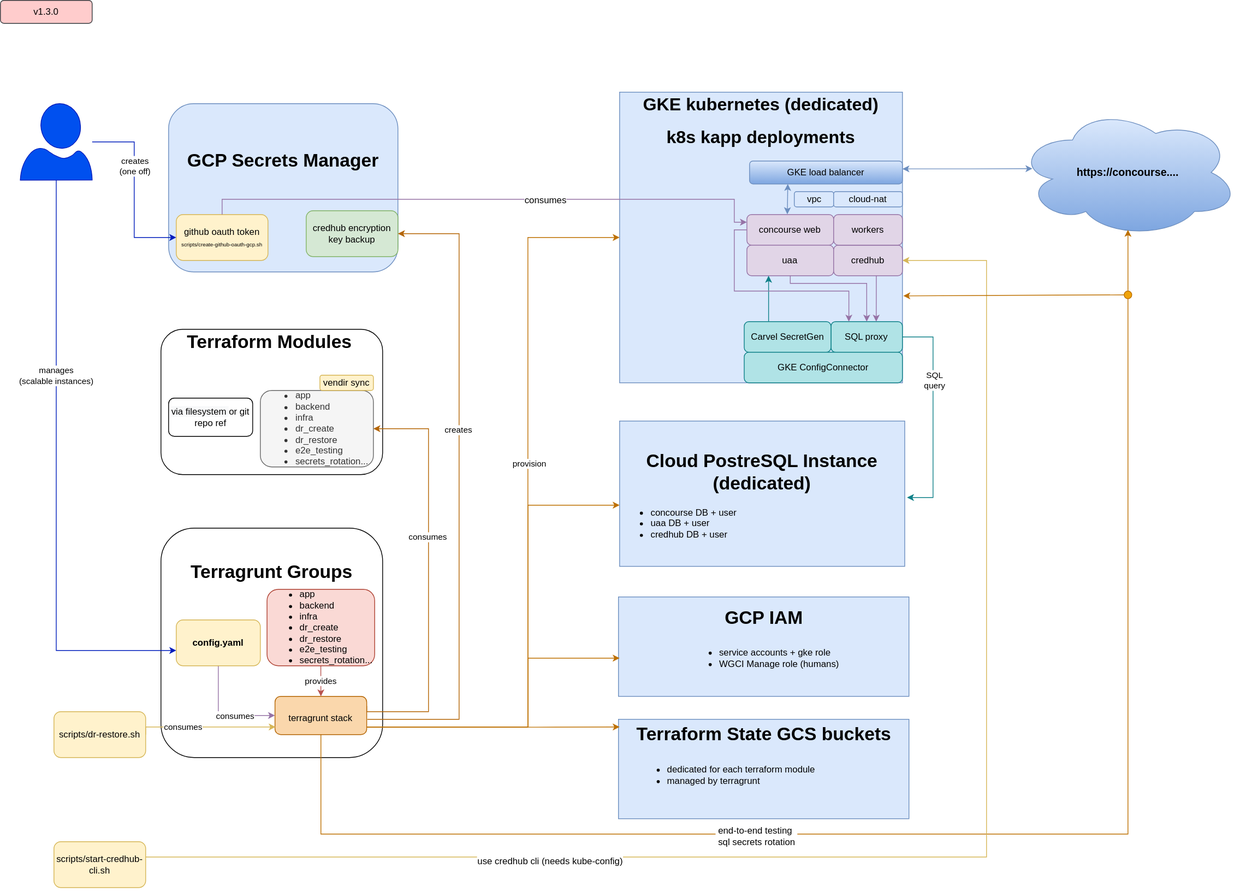
Before: docs/concourse-architecture.drawio.svg, a diagram exported from draw.io (cloudfoundry/app-runtime-interfaces-infrastructure). Source tidied: cells renumbered, new cells last; positions are measured from the earlier drawing's top-left corner, leaving out a move shared by most shapes.
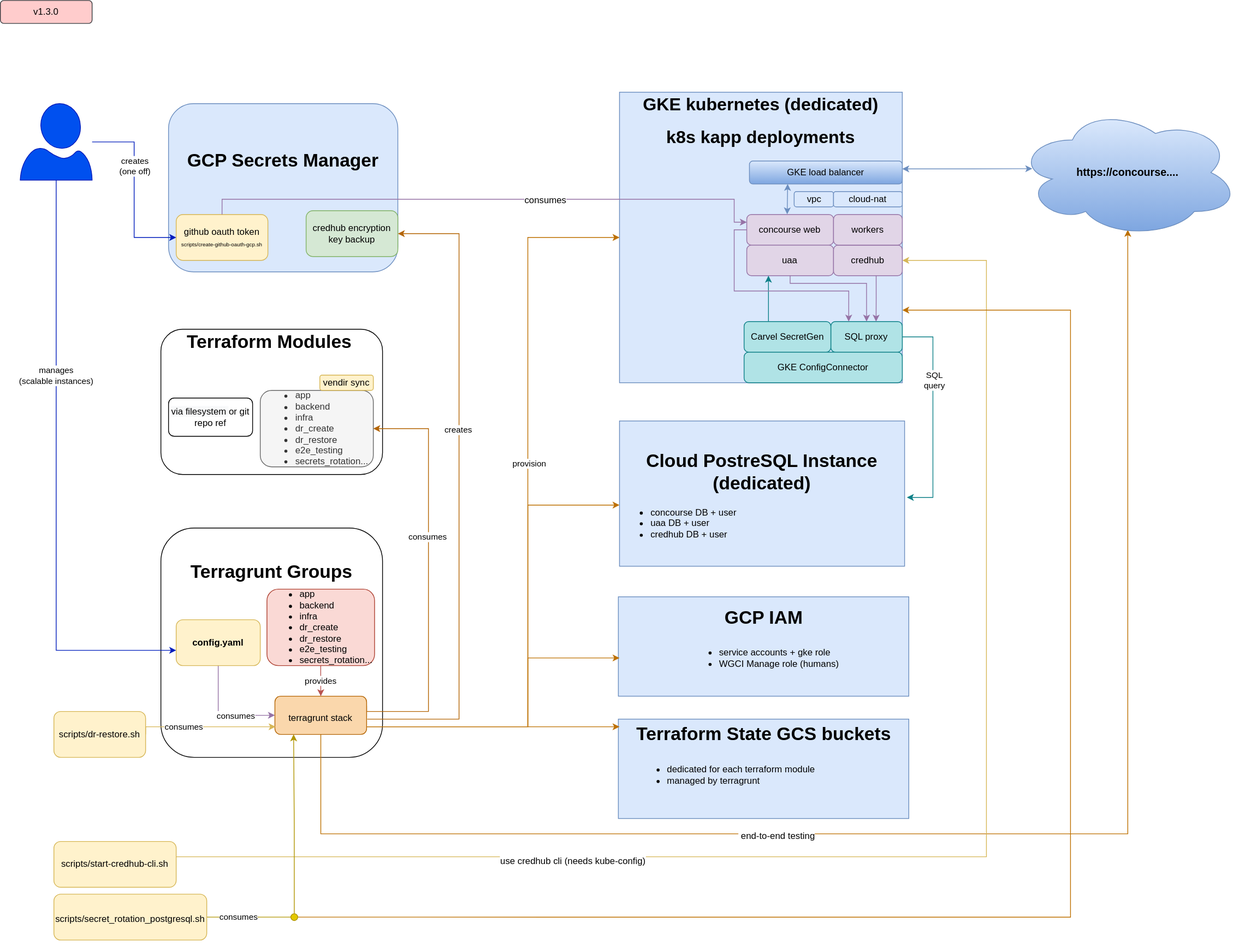
After the change.

Diff of the diagram source:
```diff
@@ -79,7 +79,7 @@
     <mxCell id="23" value="provision" style="edgeLabel;html=1;align=center;verticalAlign=middle;" parent="22" vertex="1">
       <mxGeometry x="0.14" y="-1" relative="1" as="geometry" />
     </mxCell>
-    <mxCell id="24" style="edgeStyle=orthogonalEdgeStyle;rounded=0;jettySize=auto;html=1;fontSize=7;startArrow=none;startFill=0;endArrow=none;endFill=0;fillColor=#f0a30a;strokeColor=#BD7000;entryX=0.5;entryY=1;entryDx=0;entryDy=0;" parent="1" edge="1" source="26" target="68">
+    <mxCell id="24" style="edgeStyle=orthogonalEdgeStyle;rounded=0;jettySize=auto;html=1;fontSize=7;startArrow=none;startFill=0;endArrow=classic;endFill=1;fillColor=#f0a30a;strokeColor=#BD7000;entryX=0.5;entryY=0.941;entryDx=0;entryDy=0;entryPerimeter=0;" parent="1" edge="1" source="26" target="28">
       <mxGeometry relative="1" as="geometry">
         <Array as="points">
           <mxPoint x="419" y="1090" />
@@ -87,7 +87,7 @@
         </Array>
       </mxGeometry>
     </mxCell>
-    <mxCell id="25" value="&lt;span style=&quot;font-size: 12px;&quot;&gt;&amp;nbsp;end-to-end testing&lt;br&gt;&amp;nbsp;sql secrets rotation&amp;nbsp;&lt;/span&gt;" style="edgeLabel;html=1;align=left;verticalAlign=middle;fontSize=7;" parent="24" vertex="1">
+    <mxCell id="25" value="&lt;span style=&quot;font-size: 12px;&quot;&gt;&amp;nbsp;end-to-end testing&lt;br&gt;&lt;/span&gt;" style="edgeLabel;html=1;align=left;verticalAlign=middle;fontSize=7;" parent="24" vertex="1">
       <mxGeometry x="-0.32" y="-2" relative="1" as="geometry" />
     </mxCell>
     <mxCell id="26" value="&lt;p&gt;&lt;/p&gt;&lt;span style=&quot;text-align: left; font-size: 12px; background-color: initial;&quot;&gt;terragrunt stack&lt;/span&gt;&lt;br&gt;&lt;p&gt;&lt;/p&gt;" style="rounded=1;whiteSpace=wrap;html=1;fontSize=24;fillColor=#fad7ac;strokeColor=#b46504;" parent="1" vertex="1">
@@ -234,7 +234,7 @@
       <mxGeometry x="-0.47" y="-1" relative="1" as="geometry" />
     </mxCell>
     <mxCell id="56" value="&lt;h5 style=&quot;font-size: 12px;&quot;&gt;&lt;span style=&quot;font-weight: normal;&quot;&gt;scripts/start-credhub-cli.sh&lt;/span&gt;&lt;/h5&gt;" style="rounded=1;whiteSpace=wrap;html=1;fontSize=24;fillColor=#fff2cc;strokeColor=#d6b656;" parent="1" vertex="1">
-      <mxGeometry x="70" y="1100" width="120" height="60" as="geometry" />
+      <mxGeometry x="70" y="1100" width="160" height="60" as="geometry" />
     </mxCell>
     <mxCell id="57" value="credhub" style="rounded=1;whiteSpace=wrap;html=1;glass=0;fontSize=12;fillColor=#e1d5e7;strokeColor=#9673a6;" parent="1" vertex="1">
       <mxGeometry x="1090" y="320" width="90" height="40" as="geometry" />
@@ -255,8 +255,9 @@
         </Array>
       </mxGeometry>
     </mxCell>
-    <mxCell id="61" style="edgeStyle=orthogonalEdgeStyle;rounded=0;jettySize=auto;html=1;fontSize=12;fillColor=#f0a30a;strokeColor=#BD7000;exitX=1.001;exitY=0.805;exitDx=0;exitDy=0;exitPerimeter=0;" parent="1" edge="1" source="26">
+    <mxCell id="61" style="edgeStyle=orthogonalEdgeStyle;rounded=0;orthogonalLoop=1;jettySize=auto;html=1;fontSize=12;fillColor=#f0a30a;strokeColor=#BD7000;" parent="1" edge="1">
       <mxGeometry relative="1" as="geometry">
+        <mxPoint x="690" y="950" as="sourcePoint" />
         <mxPoint x="810" y="950" as="targetPoint" />
         <Array as="points">
           <mxPoint x="700" y="950" />
@@ -283,14 +284,28 @@
         </Array>
       </mxGeometry>
     </mxCell>
-    <mxCell id="66" style="endArrow=classic;html=1;rounded=0;entryX=1.003;entryY=0.701;entryDx=0;entryDy=0;entryPerimeter=0;exitX=0;exitY=0.5;exitDx=0;exitDy=0;fillColor=#f0a30a;strokeColor=#BD7000;" parent="1" edge="1" source="68" target="14">
-      <mxGeometry relative="1" as="geometry" />
-    </mxCell>
-    <mxCell id="67" style="edgeStyle=orthogonalEdgeStyle;rounded=0;jettySize=auto;html=1;entryX=0.5;entryY=0.941;entryDx=0;entryDy=0;entryPerimeter=0;endArrow=classic;endFill=1;fillColor=#f0a30a;strokeColor=#BD7000;" parent="1" edge="1" source="68" target="28">
-      <mxGeometry relative="1" as="geometry" />
-    </mxCell>
-    <mxCell id="68" style="ellipse;whiteSpace=wrap;html=1;fillColor=#f0a30a;fontColor=#000000;strokeColor=#BD7000;" parent="1" vertex="1">
-      <mxGeometry x="1470" y="380" width="10" height="10" as="geometry" />
-    </mxCell>
+    <mxCell id="69" style="edgeStyle=orthogonalEdgeStyle;rounded=0;jettySize=auto;html=1;endArrow=none;endFill=0;fillColor=#e3c800;strokeColor=#B09500;" parent="1" edge="1" source="72" target="74">
+      <mxGeometry relative="1" as="geometry" />
+    </mxCell>
+    <mxCell id="70" value="consumes" style="edgeLabel;html=1;align=left;verticalAlign=middle;" parent="69" vertex="1">
+      <mxGeometry x="-0.73" y="1" relative="1" as="geometry" />
+    </mxCell>
+    <mxCell id="71" style="edgeStyle=orthogonalEdgeStyle;rounded=0;jettySize=auto;html=1;entryX=1;entryY=0.75;entryDx=0;entryDy=0;endArrow=classic;endFill=1;fillColor=#f0a30a;strokeColor=#BD7000;exitX=1;exitY=0.5;exitDx=0;exitDy=0;" parent="1" edge="1" source="74" target="14">
+      <mxGeometry relative="1" as="geometry">
+        <Array as="points">
+          <mxPoint x="1400" y="1199" />
+          <mxPoint x="1400" y="405" />
+        </Array>
+      </mxGeometry>
+    </mxCell>
+    <mxCell id="72" value="&lt;h5 style=&quot;text-align: left;&quot;&gt;&lt;span style=&quot;font-size: 12px; font-weight: 400;&quot;&gt;scripts/secret_rotation_postgresql.sh&lt;/span&gt;&lt;br&gt;&lt;/h5&gt;" style="rounded=1;whiteSpace=wrap;html=1;fontSize=24;fillColor=#fff2cc;strokeColor=#d6b656;" parent="1" vertex="1">
+      <mxGeometry x="70" y="1169" width="200" height="60" as="geometry" />
+    </mxCell>
+    <mxCell id="73" style="edgeStyle=orthogonalEdgeStyle;rounded=0;jettySize=auto;html=1;entryX=0.204;entryY=0.999;entryDx=0;entryDy=0;entryPerimeter=0;endArrow=classic;endFill=1;fillColor=#e3c800;strokeColor=#B09500;" parent="1" edge="1" source="74" target="26">
+      <mxGeometry relative="1" as="geometry" />
+    </mxCell>
+    <mxCell id="74" style="ellipse;whiteSpace=wrap;html=1;fillColor=#e3c800;fontColor=#000000;strokeColor=#B09500;" parent="1" vertex="1">
+      <mxGeometry x="380" y="1194.5" width="9" height="9" as="geometry" />
+    </mxCell>
   </root>
 </mxGraphModel>
```
